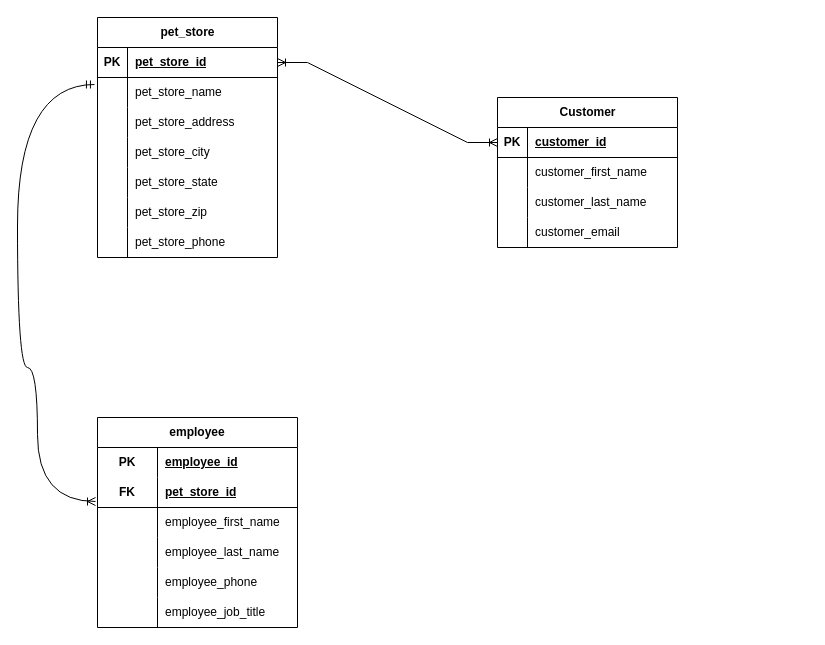
Before: Assignments/Week13/pet-store.drawio in Fraju-pc/BackEnd-Assignments, a draw.io diagram. Source tidied: cells renumbered, new cells numbered last; positions are measured from the earlier drawing's top-left corner, leaving out a move shared by most shapes. Both pictures are drawn from the tidied source at 100%, with x=0, y=0 at pixel (17, 17).
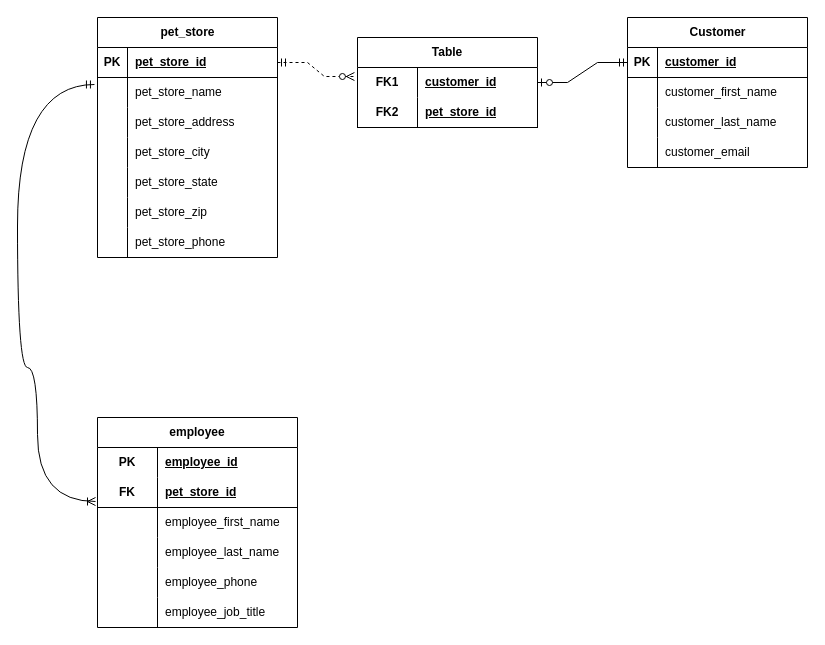
After the change.

The change refers to these unchanged cells:
```xml
<mxCell id="3" style="shape=tableRow;horizontal=0;startSize=0;swimlaneHead=0;swimlaneBody=0;fillColor=none;points=[[0,0.5],[1,0.5]];portConstraint=eastwest;top=0;left=0;right=0;bottom=1;" parent="2" vertex="1">
  <mxGeometry y="30" width="180" height="30" as="geometry" />
</mxCell>
<mxCell id="25" style="shape=tableRow;horizontal=0;startSize=0;swimlaneHead=0;swimlaneBody=0;fillColor=none;points=[[0,0.5],[1,0.5]];portConstraint=eastwest;top=0;left=0;right=0;bottom=1;" parent="24" vertex="1">
  <mxGeometry y="30" width="180" height="30" as="geometry" />
</mxCell>
```

Diff of the diagram source:
```diff
@@
     <mxCell id="24" value="Customer" style="shape=table;startSize=30;childLayout=tableLayout;rowLines=0;fontStyle=1;align=center;html=1;" parent="1" vertex="1">
-      <mxGeometry x="480" y="80" width="180" height="150" as="geometry" />
+      <mxGeometry x="610" width="180" height="150" as="geometry" />
     </mxCell>
@@
-    <mxCell id="57" style="edgeStyle=entityRelationEdgeStyle;fontSize=12;html=1;endArrow=ERoneToMany;startArrow=ERoneToMany;rounded=0;entryX=0;entryY=0.5;entryDx=0;entryDy=0;exitX=1;exitY=0.5;exitDx=0;exitDy=0;" parent="1" edge="1" source="3" target="25">
-      <mxGeometry relative="1" as="geometry">
-        <Array as="points">
-          <mxPoint x="430" y="140" />
-        </Array>
-      </mxGeometry>
-    </mxCell>
+    <mxCell id="58" value="Table" style="shape=table;startSize=30;childLayout=tableLayout;rowLines=0;fontStyle=1;align=center;html=1;whiteSpace=wrap;" parent="1" vertex="1">
+      <mxGeometry x="340" y="20" width="180" height="90" as="geometry" />
+    </mxCell>
+    <mxCell id="59" style="shape=tableRow;horizontal=0;startSize=0;swimlaneHead=0;swimlaneBody=0;fillColor=none;points=[[0,0.5],[1,0.5]];portConstraint=eastwest;top=0;left=0;right=0;bottom=0;html=1;" parent="58" vertex="1">
+      <mxGeometry y="30" width="180" height="30" as="geometry" />
+    </mxCell>
+    <mxCell id="60" value="FK1" style="shape=partialRectangle;fillColor=none;top=0;left=0;bottom=0;right=0;fontStyle=1;overflow=hidden;html=1;whiteSpace=wrap;" parent="59" vertex="1">
+      <mxGeometry width="60" height="30" as="geometry" />
+    </mxCell>
+    <mxCell id="61" value="customer_id" style="shape=partialRectangle;fillColor=none;top=0;left=0;bottom=0;right=0;align=left;spacingLeft=6;fontStyle=5;overflow=hidden;html=1;whiteSpace=wrap;" parent="59" vertex="1">
+      <mxGeometry x="60" width="120" height="30" as="geometry" />
+    </mxCell>
+    <mxCell id="62" style="shape=tableRow;horizontal=0;startSize=0;swimlaneHead=0;swimlaneBody=0;fillColor=none;top=0;left=0;right=0;bottom=1;html=1;" parent="58" vertex="1">
+      <mxGeometry y="60" width="180" height="30" as="geometry" />
+    </mxCell>
+    <mxCell id="63" value="FK2" style="shape=partialRectangle;fillColor=none;top=0;left=0;bottom=0;right=0;fontStyle=1;overflow=hidden;html=1;whiteSpace=wrap;" parent="62" vertex="1">
+      <mxGeometry width="60" height="30" as="geometry" />
+    </mxCell>
+    <mxCell id="64" value="pet_store_id" style="shape=partialRectangle;fillColor=none;top=0;left=0;bottom=0;right=0;align=left;spacingLeft=6;fontStyle=5;overflow=hidden;html=1;whiteSpace=wrap;" parent="62" vertex="1">
+      <mxGeometry x="60" width="120" height="30" as="geometry" />
+    </mxCell>
+    <mxCell id="65" style="edgeStyle=entityRelationEdgeStyle;fontSize=12;html=1;endArrow=ERzeroToMany;startArrow=ERmandOne;rounded=0;entryX=-0.017;entryY=0.3;entryDx=0;entryDy=0;entryPerimeter=0;dashed=1;" parent="1" edge="1" source="3" target="59">
+      <mxGeometry relative="1" as="geometry">
+        <Array as="points">
+          <mxPoint x="220" y="-490" />
+        </Array>
+      </mxGeometry>
+    </mxCell>
+    <mxCell id="66" style="edgeStyle=entityRelationEdgeStyle;fontSize=12;html=1;endArrow=ERzeroToOne;startArrow=ERmandOne;rounded=0;entryX=1;entryY=0.5;entryDx=0;entryDy=0;exitX=0;exitY=0.5;exitDx=0;exitDy=0;" parent="1" edge="1" source="25" target="59">
+      <mxGeometry relative="1" as="geometry" />
+    </mxCell>
```
